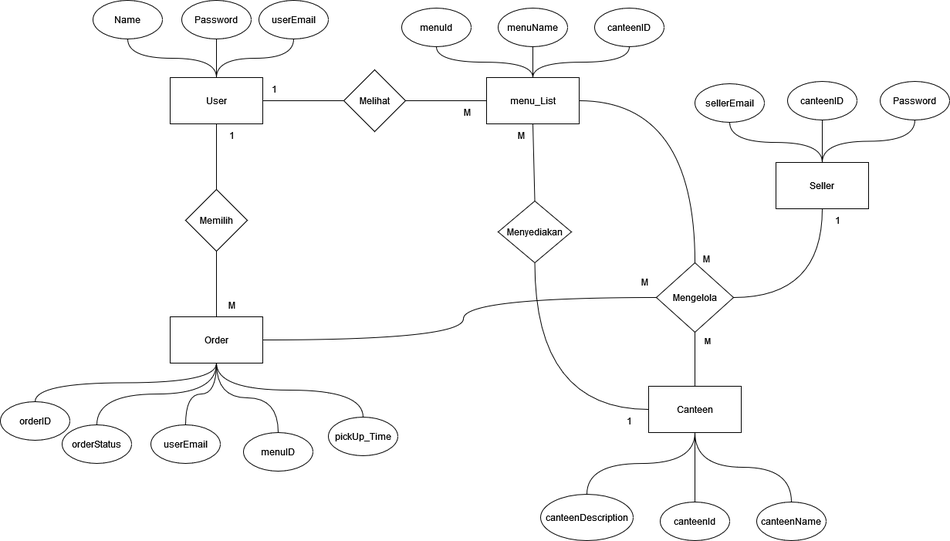
Earlier version of the draw.io export Laporan/ERD_QuickCanteen.png (sharifmasyhur/DatabasePride.). Source tidied: cells renumbered, new cells last; positions are measured from the earlier drawing's top-left corner, leaving out a move shared by most shapes.
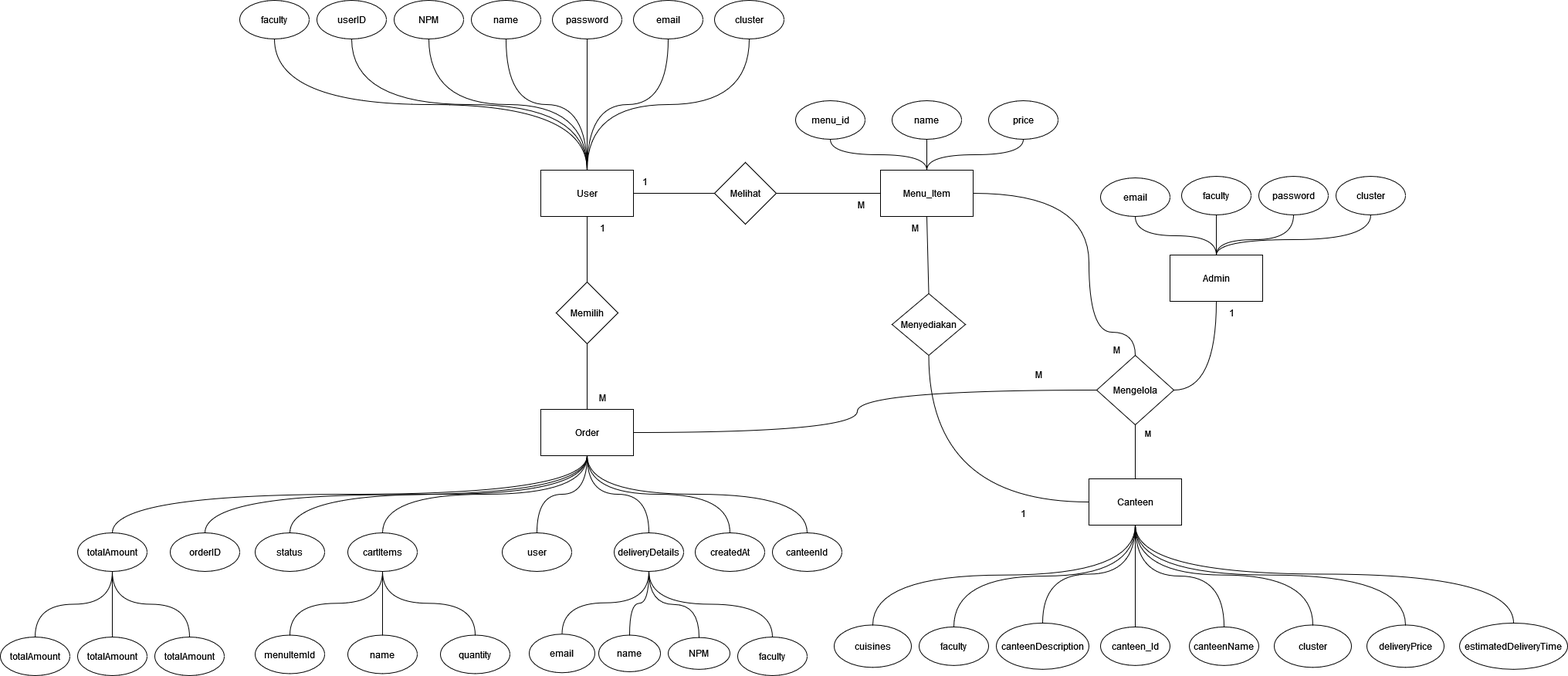
After the change.

The edit, as a diff of the source:
```diff
@@ -5,11 +5,11 @@
     <mxCell id="2" value="User" style="rounded=0;whiteSpace=wrap;html=1;" parent="1" vertex="1">
-      <mxGeometry x="220" y="100" width="120" height="60" as="geometry" />
+      <mxGeometry x="190" y="100" width="120" height="60" as="geometry" />
     </mxCell>
     <mxCell id="3" value="Order" style="rounded=0;whiteSpace=wrap;html=1;" parent="1" vertex="1">
-      <mxGeometry x="220" y="410" width="120" height="60" as="geometry" />
+      <mxGeometry x="190" y="410" width="120" height="60" as="geometry" />
     </mxCell>
-    <mxCell id="4" value="menu_List" style="rounded=0;whiteSpace=wrap;html=1;" parent="1" vertex="1">
+    <mxCell id="4" value="Menu_Item" style="rounded=0;whiteSpace=wrap;html=1;" parent="1" vertex="1">
       <mxGeometry x="630" y="100" width="120" height="60" as="geometry" />
     </mxCell>
-    <mxCell id="5" value="Seller" style="rounded=0;whiteSpace=wrap;html=1;" parent="1" vertex="1">
+    <mxCell id="5" value="Admin" style="rounded=0;whiteSpace=wrap;html=1;" parent="1" vertex="1">
       <mxGeometry x="1005" y="210" width="120" height="60" as="geometry" />
@@ -17,6 +17,6 @@
     <mxCell id="6" value="Canteen" style="rounded=0;whiteSpace=wrap;html=1;" parent="1" vertex="1">
-      <mxGeometry x="840" y="500" width="120" height="60" as="geometry" />
+      <mxGeometry x="900" y="500" width="120" height="60" as="geometry" />
     </mxCell>
     <mxCell id="7" value="Memilih" style="rhombus;whiteSpace=wrap;html=1;" parent="1" vertex="1">
-      <mxGeometry x="240" y="245" width="80" height="80" as="geometry" />
+      <mxGeometry x="210" y="245" width="80" height="80" as="geometry" />
     </mxCell>
@@ -26,21 +26,21 @@
     <mxCell id="9" value="Mengelola" style="rhombus;whiteSpace=wrap;html=1;" parent="1" vertex="1">
-      <mxGeometry x="850" y="340" width="100" height="90" as="geometry" />
+      <mxGeometry x="910" y="340" width="100" height="90" as="geometry" />
     </mxCell>
     <mxCell id="10" value="Melihat" style="rhombus;whiteSpace=wrap;html=1;" parent="1" vertex="1">
-      <mxGeometry x="445" y="90" width="80" height="80" as="geometry" />
+      <mxGeometry x="415" y="90" width="80" height="80" as="geometry" />
     </mxCell>
-    <mxCell id="11" value="userEmail" style="ellipse;whiteSpace=wrap;html=1;" parent="1" vertex="1">
-      <mxGeometry x="195" y="550" width="90" height="50" as="geometry" />
+    <mxCell id="11" value="cartItems" style="ellipse;whiteSpace=wrap;html=1;" parent="1" vertex="1">
+      <mxGeometry x="-60" y="570" width="90" height="50" as="geometry" />
     </mxCell>
-    <mxCell id="12" value="&lt;div&gt;menuID&lt;/div&gt;" style="ellipse;whiteSpace=wrap;html=1;" parent="1" vertex="1">
-      <mxGeometry x="315" y="560" width="90" height="50" as="geometry" />
+    <mxCell id="12" value="user" style="ellipse;whiteSpace=wrap;html=1;" parent="1" vertex="1">
+      <mxGeometry x="140" y="570" width="90" height="50" as="geometry" />
     </mxCell>
-    <mxCell id="13" value="orderStatus" style="ellipse;whiteSpace=wrap;html=1;" parent="1" vertex="1">
-      <mxGeometry x="80" y="550" width="90" height="50" as="geometry" />
+    <mxCell id="13" value="status" style="ellipse;whiteSpace=wrap;html=1;" parent="1" vertex="1">
+      <mxGeometry x="-180" y="570" width="90" height="50" as="geometry" />
     </mxCell>
-    <mxCell id="14" value="pickUp_Time" style="ellipse;whiteSpace=wrap;html=1;" parent="1" vertex="1">
-      <mxGeometry x="425" y="540" width="90" height="50" as="geometry" />
+    <mxCell id="14" value="deliveryDetails" style="ellipse;whiteSpace=wrap;html=1;" parent="1" vertex="1">
+      <mxGeometry x="285" y="570" width="90" height="50" as="geometry" />
     </mxCell>
     <mxCell id="15" value="orderID" style="ellipse;whiteSpace=wrap;html=1;" parent="1" vertex="1">
-      <mxGeometry y="520" width="90" height="50" as="geometry" />
+      <mxGeometry x="-290" y="570" width="90" height="50" as="geometry" />
     </mxCell>
@@ -60,7 +60,7 @@
       <mxGeometry relative="1" as="geometry">
-        <mxPoint x="280" y="470" as="targetPoint" />
+        <mxPoint x="250" y="470" as="targetPoint" />
       </mxGeometry>
     </mxCell>
-    <mxCell id="21" value="Name" style="ellipse;whiteSpace=wrap;html=1;" parent="1" vertex="1">
-      <mxGeometry x="120" width="90" height="50" as="geometry" />
+    <mxCell id="21" value="name" style="ellipse;whiteSpace=wrap;html=1;" parent="1" vertex="1">
+      <mxGeometry x="100" y="-120" width="90" height="50" as="geometry" />
     </mxCell>
@@ -69,7 +69,7 @@
     </mxCell>
-    <mxCell id="23" value="Password" style="ellipse;whiteSpace=wrap;html=1;" parent="1" vertex="1">
-      <mxGeometry x="235" width="90" height="50" as="geometry" />
+    <mxCell id="23" value="password" style="ellipse;whiteSpace=wrap;html=1;" parent="1" vertex="1">
+      <mxGeometry x="205" y="-120" width="90" height="50" as="geometry" />
     </mxCell>
-    <mxCell id="24" value="userEmail" style="ellipse;whiteSpace=wrap;html=1;" parent="1" vertex="1">
-      <mxGeometry x="335" width="90" height="50" as="geometry" />
+    <mxCell id="24" value="email" style="ellipse;whiteSpace=wrap;html=1;" parent="1" vertex="1">
+      <mxGeometry x="310" y="-120" width="90" height="50" as="geometry" />
     </mxCell>
@@ -81,28 +81,28 @@
     </mxCell>
-    <mxCell id="27" value="canteenID" style="ellipse;whiteSpace=wrap;html=1;" parent="1" vertex="1">
+    <mxCell id="27" value="price" style="ellipse;whiteSpace=wrap;html=1;" parent="1" vertex="1">
       <mxGeometry x="770" y="10" width="90" height="50" as="geometry" />
     </mxCell>
-    <mxCell id="28" value="menuName" style="ellipse;whiteSpace=wrap;html=1;" parent="1" vertex="1">
+    <mxCell id="28" value="name" style="ellipse;whiteSpace=wrap;html=1;" parent="1" vertex="1">
       <mxGeometry x="645" y="10" width="90" height="50" as="geometry" />
     </mxCell>
-    <mxCell id="29" value="menuId" style="ellipse;whiteSpace=wrap;html=1;" parent="1" vertex="1">
+    <mxCell id="29" value="menu_id" style="ellipse;whiteSpace=wrap;html=1;" parent="1" vertex="1">
       <mxGeometry x="520" y="10" width="90" height="50" as="geometry" />
     </mxCell>
-    <mxCell id="30" value="Password" style="ellipse;whiteSpace=wrap;html=1;" parent="1" vertex="1">
-      <mxGeometry x="1140" y="105" width="90" height="50" as="geometry" />
+    <mxCell id="30" value="password" style="ellipse;whiteSpace=wrap;html=1;" parent="1" vertex="1">
+      <mxGeometry x="1120" y="108" width="90" height="50" as="geometry" />
     </mxCell>
-    <mxCell id="31" value="canteenID" style="ellipse;whiteSpace=wrap;html=1;" parent="1" vertex="1">
-      <mxGeometry x="1020" y="105" width="90" height="50" as="geometry" />
+    <mxCell id="31" value="faculty" style="ellipse;whiteSpace=wrap;html=1;" parent="1" vertex="1">
+      <mxGeometry x="1020" y="108" width="90" height="50" as="geometry" />
     </mxCell>
-    <mxCell id="32" value="sellerEmail" style="ellipse;whiteSpace=wrap;html=1;" parent="1" vertex="1">
-      <mxGeometry x="900" y="108" width="90" height="50" as="geometry" />
+    <mxCell id="32" value="email" style="ellipse;whiteSpace=wrap;html=1;" parent="1" vertex="1">
+      <mxGeometry x="915" y="110" width="90" height="50" as="geometry" />
     </mxCell>
     <mxCell id="33" value="canteenName" style="ellipse;whiteSpace=wrap;html=1;" parent="1" vertex="1">
-      <mxGeometry x="980" y="650" width="90" height="50" as="geometry" />
+      <mxGeometry x="1030" y="691.9" width="90" height="50" as="geometry" />
     </mxCell>
-    <mxCell id="34" value="canteenId" style="ellipse;whiteSpace=wrap;html=1;" parent="1" vertex="1">
-      <mxGeometry x="855" y="650" width="90" height="50" as="geometry" />
+    <mxCell id="34" value="canteen_Id" style="ellipse;whiteSpace=wrap;html=1;" parent="1" vertex="1">
+      <mxGeometry x="915" y="691.9" width="90" height="50" as="geometry" />
     </mxCell>
     <mxCell id="35" value="canteenDescription" style="ellipse;whiteSpace=wrap;html=1;" parent="1" vertex="1">
-      <mxGeometry x="700" y="640" width="120" height="60" as="geometry" />
+      <mxGeometry x="780" y="686.9" width="120" height="60" as="geometry" />
     </mxCell>
@@ -120,5 +120,2 @@
     </mxCell>
-    <mxCell id="40" style="endArrow=none;html=1;rounded=0;curved=1;entryX=0.5;entryY=1;entryDx=0;entryDy=0;exitX=0.5;exitY=0;exitDx=0;exitDy=0;edgeStyle=orthogonalEdgeStyle;" parent="1" edge="1" source="5" target="30">
-      <mxGeometry relative="1" as="geometry" />
-    </mxCell>
     <mxCell id="41" style="endArrow=none;html=1;rounded=0;curved=1;entryX=0.5;entryY=1;entryDx=0;entryDy=0;exitX=0.5;exitY=0;exitDx=0;exitDy=0;edgeStyle=orthogonalEdgeStyle;" parent="1" edge="1" source="35" target="6">
@@ -151,2 +148,4 @@
           <mxPoint x="900" y="130" />
+          <mxPoint x="900" y="310" />
+          <mxPoint x="960" y="310" />
         </Array>
@@ -174,3 +173,3 @@
     <mxCell id="54" value="M" style="text;html=1;align=center;verticalAlign=middle;strokeColor=none;fillColor=none;" parent="1" vertex="1">
-      <mxGeometry x="900" y="320" width="30" height="30" as="geometry" />
+      <mxGeometry x="921" y="318" width="30" height="30" as="geometry" />
     </mxCell>
@@ -183,9 +182,9 @@
     <mxCell id="57" value="1" style="text;html=1;align=center;verticalAlign=middle;strokeColor=none;fillColor=none;" parent="1" vertex="1">
-      <mxGeometry x="340" y="100" width="30" height="30" as="geometry" />
+      <mxGeometry x="310" y="100" width="30" height="30" as="geometry" />
     </mxCell>
     <mxCell id="58" value="1" style="text;html=1;align=center;verticalAlign=middle;strokeColor=none;fillColor=none;" parent="1" vertex="1">
-      <mxGeometry x="285" y="160" width="30" height="30" as="geometry" />
+      <mxGeometry x="255" y="160" width="30" height="30" as="geometry" />
     </mxCell>
     <mxCell id="59" value="M" style="text;html=1;align=center;verticalAlign=middle;strokeColor=none;fillColor=none;" parent="1" vertex="1">
-      <mxGeometry x="285" y="380" width="30" height="30" as="geometry" />
+      <mxGeometry x="255" y="380" width="30" height="30" as="geometry" />
     </mxCell>
@@ -206,2 +205,153 @@
     </mxCell>
+    <mxCell id="65" value="NPM" style="ellipse;whiteSpace=wrap;html=1;" parent="1" vertex="1">
+      <mxGeometry y="-120" width="90" height="50" as="geometry" />
+    </mxCell>
+    <mxCell id="66" value="userID" style="ellipse;whiteSpace=wrap;html=1;" parent="1" vertex="1">
+      <mxGeometry x="-100" y="-120" width="90" height="50" as="geometry" />
+    </mxCell>
+    <mxCell id="67" value="faculty" style="ellipse;whiteSpace=wrap;html=1;" parent="1" vertex="1">
+      <mxGeometry x="-200" y="-120" width="90" height="50" as="geometry" />
+    </mxCell>
+    <mxCell id="68" value="cluster" style="ellipse;whiteSpace=wrap;html=1;" parent="1" vertex="1">
+      <mxGeometry x="415" y="-120" width="90" height="50" as="geometry" />
+    </mxCell>
+    <mxCell id="69" style="endArrow=none;html=1;rounded=0;curved=1;entryX=0.5;entryY=0;entryDx=0;entryDy=0;exitX=0.5;exitY=1;exitDx=0;exitDy=0;edgeStyle=orthogonalEdgeStyle;" parent="1" edge="1" source="65" target="2">
+      <mxGeometry relative="1" as="geometry" />
+    </mxCell>
+    <mxCell id="70" style="endArrow=none;html=1;rounded=0;curved=1;entryX=0.5;entryY=0;entryDx=0;entryDy=0;exitX=0.5;exitY=1;exitDx=0;exitDy=0;edgeStyle=orthogonalEdgeStyle;" parent="1" edge="1" source="66" target="2">
+      <mxGeometry relative="1" as="geometry" />
+    </mxCell>
+    <mxCell id="71" style="endArrow=none;html=1;rounded=0;curved=1;entryX=0.5;entryY=0;entryDx=0;entryDy=0;exitX=0.5;exitY=1;exitDx=0;exitDy=0;edgeStyle=orthogonalEdgeStyle;" parent="1" edge="1" source="67" target="2">
+      <mxGeometry relative="1" as="geometry" />
+    </mxCell>
+    <mxCell id="72" style="endArrow=none;html=1;rounded=0;curved=1;entryX=0.5;entryY=0;entryDx=0;entryDy=0;exitX=0.5;exitY=1;exitDx=0;exitDy=0;edgeStyle=orthogonalEdgeStyle;" parent="1" edge="1" source="68" target="2">
+      <mxGeometry relative="1" as="geometry" />
+    </mxCell>
+    <mxCell id="73" value="createdAt" style="ellipse;whiteSpace=wrap;html=1;" parent="1" vertex="1">
+      <mxGeometry x="390" y="570" width="90" height="50" as="geometry" />
+    </mxCell>
+    <mxCell id="74" value="canteenId" style="ellipse;whiteSpace=wrap;html=1;" parent="1" vertex="1">
+      <mxGeometry x="490" y="570" width="90" height="50" as="geometry" />
+    </mxCell>
+    <mxCell id="75" value="totalAmount" style="ellipse;whiteSpace=wrap;html=1;" parent="1" vertex="1">
+      <mxGeometry x="-410" y="570" width="90" height="50" as="geometry" />
+    </mxCell>
+    <mxCell id="76" style="endArrow=none;html=1;rounded=0;curved=1;exitX=0.5;exitY=1;exitDx=0;exitDy=0;entryX=0.5;entryY=0;entryDx=0;entryDy=0;edgeStyle=orthogonalEdgeStyle;" parent="1" edge="1" source="3" target="73">
+      <mxGeometry relative="1" as="geometry" />
+    </mxCell>
+    <mxCell id="77" style="endArrow=none;html=1;rounded=0;curved=1;exitX=0.5;exitY=1;exitDx=0;exitDy=0;entryX=0.5;entryY=0;entryDx=0;entryDy=0;edgeStyle=orthogonalEdgeStyle;" parent="1" edge="1" source="3" target="74">
+      <mxGeometry relative="1" as="geometry" />
+    </mxCell>
+    <mxCell id="78" style="endArrow=none;html=1;rounded=0;curved=1;exitX=0.5;exitY=1;exitDx=0;exitDy=0;entryX=0.5;entryY=0;entryDx=0;entryDy=0;edgeStyle=orthogonalEdgeStyle;" parent="1" edge="1" source="3" target="75">
+      <mxGeometry relative="1" as="geometry" />
+    </mxCell>
+    <mxCell id="79" value="cluster" style="ellipse;whiteSpace=wrap;html=1;" parent="1" vertex="1">
+      <mxGeometry x="1220" y="108" width="90" height="50" as="geometry" />
+    </mxCell>
+    <mxCell id="80" style="endArrow=none;html=1;rounded=0;curved=1;exitX=0.5;exitY=1;exitDx=0;exitDy=0;entryX=0.5;entryY=0;entryDx=0;entryDy=0;edgeStyle=orthogonalEdgeStyle;" parent="1" edge="1" source="79" target="5">
+      <mxGeometry relative="1" as="geometry">
+        <Array as="points">
+          <mxPoint x="1265" y="190" />
+          <mxPoint x="1065" y="190" />
+        </Array>
+      </mxGeometry>
+    </mxCell>
+    <mxCell id="81" style="endArrow=none;html=1;rounded=0;curved=1;exitX=0.5;exitY=1;exitDx=0;exitDy=0;entryX=0.5;entryY=0;entryDx=0;entryDy=0;edgeStyle=orthogonalEdgeStyle;" parent="1" edge="1" source="30" target="5">
+      <mxGeometry relative="1" as="geometry">
+        <Array as="points">
+          <mxPoint x="1165" y="190" />
+          <mxPoint x="1065" y="190" />
+        </Array>
+      </mxGeometry>
+    </mxCell>
+    <mxCell id="82" value="cluster" style="ellipse;whiteSpace=wrap;html=1;" parent="1" vertex="1">
+      <mxGeometry x="1140" y="689.4" width="100" height="55" as="geometry" />
+    </mxCell>
+    <mxCell id="83" value="faculty" style="ellipse;whiteSpace=wrap;html=1;" parent="1" vertex="1">
+      <mxGeometry x="680" y="691.9" width="90" height="50" as="geometry" />
+    </mxCell>
+    <mxCell id="84" value="deliveryPrice" style="ellipse;whiteSpace=wrap;html=1;" parent="1" vertex="1">
+      <mxGeometry x="1260" y="689.4" width="100" height="55" as="geometry" />
+    </mxCell>
+    <mxCell id="85" value="estimatedDeliveryTime" style="ellipse;whiteSpace=wrap;html=1;" parent="1" vertex="1">
+      <mxGeometry x="1380" y="686.9" width="140" height="60" as="geometry" />
+    </mxCell>
+    <mxCell id="86" value="cuisines" style="ellipse;whiteSpace=wrap;html=1;" parent="1" vertex="1">
+      <mxGeometry x="570" y="689.4" width="100" height="55" as="geometry" />
+    </mxCell>
+    <mxCell id="87" style="endArrow=none;html=1;rounded=0;curved=1;entryX=0.5;entryY=1;entryDx=0;entryDy=0;exitX=0.5;exitY=0;exitDx=0;exitDy=0;edgeStyle=orthogonalEdgeStyle;" parent="1" edge="1" source="83" target="6">
+      <mxGeometry relative="1" as="geometry" />
+    </mxCell>
+    <mxCell id="88" style="endArrow=none;html=1;rounded=0;curved=1;entryX=0.5;entryY=1;entryDx=0;entryDy=0;exitX=0.5;exitY=0;exitDx=0;exitDy=0;edgeStyle=orthogonalEdgeStyle;" parent="1" edge="1" source="86" target="6">
+      <mxGeometry relative="1" as="geometry" />
+    </mxCell>
+    <mxCell id="89" style="endArrow=none;html=1;rounded=0;curved=1;entryX=0.5;entryY=1;entryDx=0;entryDy=0;exitX=0.5;exitY=0;exitDx=0;exitDy=0;edgeStyle=orthogonalEdgeStyle;" parent="1" edge="1" source="82" target="6">
+      <mxGeometry relative="1" as="geometry" />
+    </mxCell>
+    <mxCell id="90" style="endArrow=none;html=1;rounded=0;curved=1;entryX=0.5;entryY=1;entryDx=0;entryDy=0;exitX=0.5;exitY=0;exitDx=0;exitDy=0;edgeStyle=orthogonalEdgeStyle;" parent="1" edge="1" source="84" target="6">
+      <mxGeometry relative="1" as="geometry" />
+    </mxCell>
+    <mxCell id="91" style="endArrow=none;html=1;rounded=0;curved=1;entryX=0.5;entryY=1;entryDx=0;entryDy=0;exitX=0.5;exitY=0;exitDx=0;exitDy=0;edgeStyle=orthogonalEdgeStyle;" parent="1" edge="1" source="85" target="6">
+      <mxGeometry relative="1" as="geometry" />
+    </mxCell>
+    <mxCell id="92" value="totalAmount" style="ellipse;whiteSpace=wrap;html=1;" parent="1" vertex="1">
+      <mxGeometry x="-510" y="705" width="90" height="50" as="geometry" />
+    </mxCell>
+    <mxCell id="93" value="totalAmount" style="ellipse;whiteSpace=wrap;html=1;" parent="1" vertex="1">
+      <mxGeometry x="-410" y="705" width="90" height="50" as="geometry" />
+    </mxCell>
+    <mxCell id="94" value="totalAmount" style="ellipse;whiteSpace=wrap;html=1;" parent="1" vertex="1">
+      <mxGeometry x="-310" y="705" width="90" height="50" as="geometry" />
+    </mxCell>
+    <mxCell id="95" style="endArrow=none;html=1;rounded=0;curved=1;exitX=0.5;exitY=1;exitDx=0;exitDy=0;entryX=0.5;entryY=0;entryDx=0;entryDy=0;edgeStyle=orthogonalEdgeStyle;" parent="1" edge="1" source="75" target="92">
+      <mxGeometry relative="1" as="geometry" />
+    </mxCell>
+    <mxCell id="96" style="endArrow=none;html=1;rounded=0;curved=1;exitX=0.5;exitY=1;exitDx=0;exitDy=0;entryX=0.5;entryY=0;entryDx=0;entryDy=0;edgeStyle=orthogonalEdgeStyle;" parent="1" edge="1" source="75" target="93">
+      <mxGeometry relative="1" as="geometry" />
+    </mxCell>
+    <mxCell id="97" style="endArrow=none;html=1;rounded=0;curved=1;exitX=0.5;exitY=1;exitDx=0;exitDy=0;entryX=0.5;entryY=0;entryDx=0;entryDy=0;edgeStyle=orthogonalEdgeStyle;" parent="1" edge="1" source="75" target="94">
+      <mxGeometry relative="1" as="geometry" />
+    </mxCell>
+    <mxCell id="98" value="menuItemId" style="ellipse;whiteSpace=wrap;html=1;" parent="1" vertex="1">
+      <mxGeometry x="-180" y="702.5" width="90" height="50" as="geometry" />
+    </mxCell>
+    <mxCell id="99" style="endArrow=none;html=1;rounded=0;curved=1;exitX=0.5;exitY=1;exitDx=0;exitDy=0;entryX=0.5;entryY=0;entryDx=0;entryDy=0;edgeStyle=orthogonalEdgeStyle;" parent="1" edge="1" source="11" target="98">
+      <mxGeometry relative="1" as="geometry" />
+    </mxCell>
+    <mxCell id="100" value="name" style="ellipse;whiteSpace=wrap;html=1;" parent="1" vertex="1">
+      <mxGeometry x="-60" y="702.5" width="90" height="50" as="geometry" />
+    </mxCell>
+    <mxCell id="101" value="quantity" style="ellipse;whiteSpace=wrap;html=1;" parent="1" vertex="1">
+      <mxGeometry x="60" y="702.5" width="90" height="50" as="geometry" />
+    </mxCell>
+    <mxCell id="102" style="endArrow=none;html=1;rounded=0;curved=1;exitX=0.5;exitY=1;exitDx=0;exitDy=0;entryX=0.5;entryY=0;entryDx=0;entryDy=0;edgeStyle=orthogonalEdgeStyle;" parent="1" edge="1" source="11" target="100">
+      <mxGeometry relative="1" as="geometry" />
+    </mxCell>
+    <mxCell id="103" style="endArrow=none;html=1;rounded=0;curved=1;exitX=0.5;exitY=1;exitDx=0;exitDy=0;entryX=0.5;entryY=0;entryDx=0;entryDy=0;edgeStyle=orthogonalEdgeStyle;" parent="1" edge="1" source="11" target="101">
+      <mxGeometry relative="1" as="geometry" />
+    </mxCell>
+    <mxCell id="104" value="name" style="ellipse;whiteSpace=wrap;html=1;" parent="1" vertex="1">
+      <mxGeometry x="265" y="702.5" width="80" height="47.5" as="geometry" />
+    </mxCell>
+    <mxCell id="105" value="NPM" style="ellipse;whiteSpace=wrap;html=1;" parent="1" vertex="1">
+      <mxGeometry x="355" y="705.6" width="80" height="41.2" as="geometry" />
+    </mxCell>
+    <mxCell id="106" value="faculty" style="ellipse;whiteSpace=wrap;html=1;" parent="1" vertex="1">
+      <mxGeometry x="445" y="705" width="90" height="50" as="geometry" />
+    </mxCell>
+    <mxCell id="107" value="email" style="ellipse;whiteSpace=wrap;html=1;" parent="1" vertex="1">
+      <mxGeometry x="175" y="701.2" width="85" height="50" as="geometry" />
+    </mxCell>
+    <mxCell id="108" style="endArrow=none;html=1;rounded=0;curved=1;exitX=0.5;exitY=1;exitDx=0;exitDy=0;entryX=0.5;entryY=0;entryDx=0;entryDy=0;edgeStyle=orthogonalEdgeStyle;" parent="1" edge="1" source="14" target="107">
+      <mxGeometry relative="1" as="geometry" />
+    </mxCell>
+    <mxCell id="109" style="endArrow=none;html=1;rounded=0;curved=1;exitX=0.5;exitY=1;exitDx=0;exitDy=0;entryX=0.5;entryY=0;entryDx=0;entryDy=0;edgeStyle=orthogonalEdgeStyle;" parent="1" edge="1" source="14" target="104">
+      <mxGeometry relative="1" as="geometry" />
+    </mxCell>
+    <mxCell id="110" style="endArrow=none;html=1;rounded=0;curved=1;exitX=0.5;exitY=1;exitDx=0;exitDy=0;entryX=0.5;entryY=0;entryDx=0;entryDy=0;edgeStyle=orthogonalEdgeStyle;" parent="1" edge="1" source="14" target="105">
+      <mxGeometry relative="1" as="geometry" />
+    </mxCell>
+    <mxCell id="111" style="endArrow=none;html=1;rounded=0;curved=1;exitX=0.5;exitY=1;exitDx=0;exitDy=0;entryX=0.5;entryY=0;entryDx=0;entryDy=0;edgeStyle=orthogonalEdgeStyle;" parent="1" edge="1" source="14" target="106">
+      <mxGeometry relative="1" as="geometry" />
+    </mxCell>
   </root>
```
